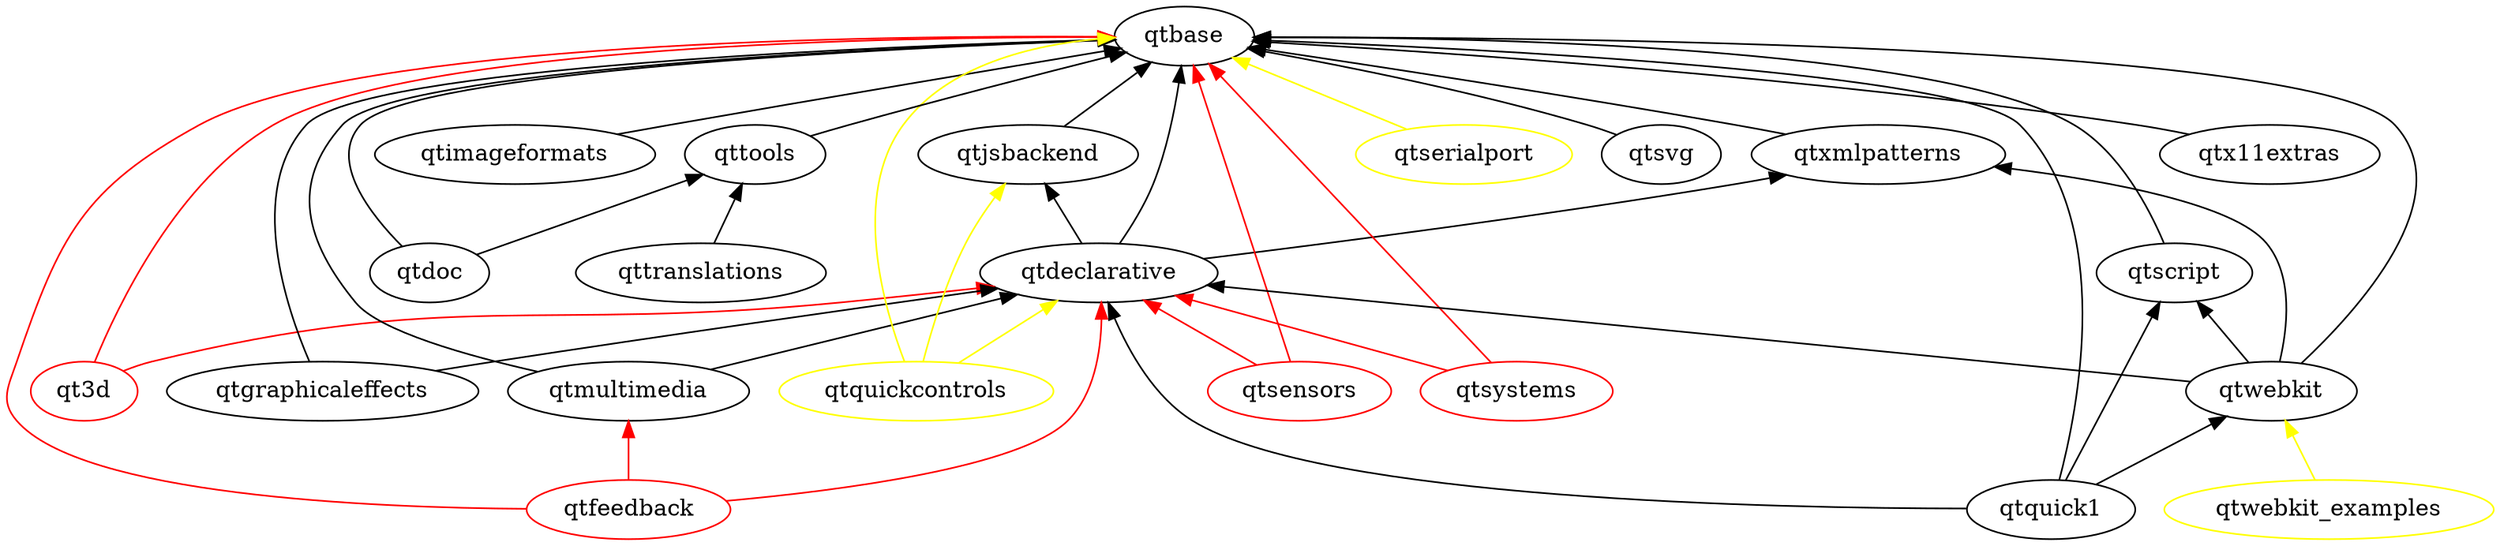
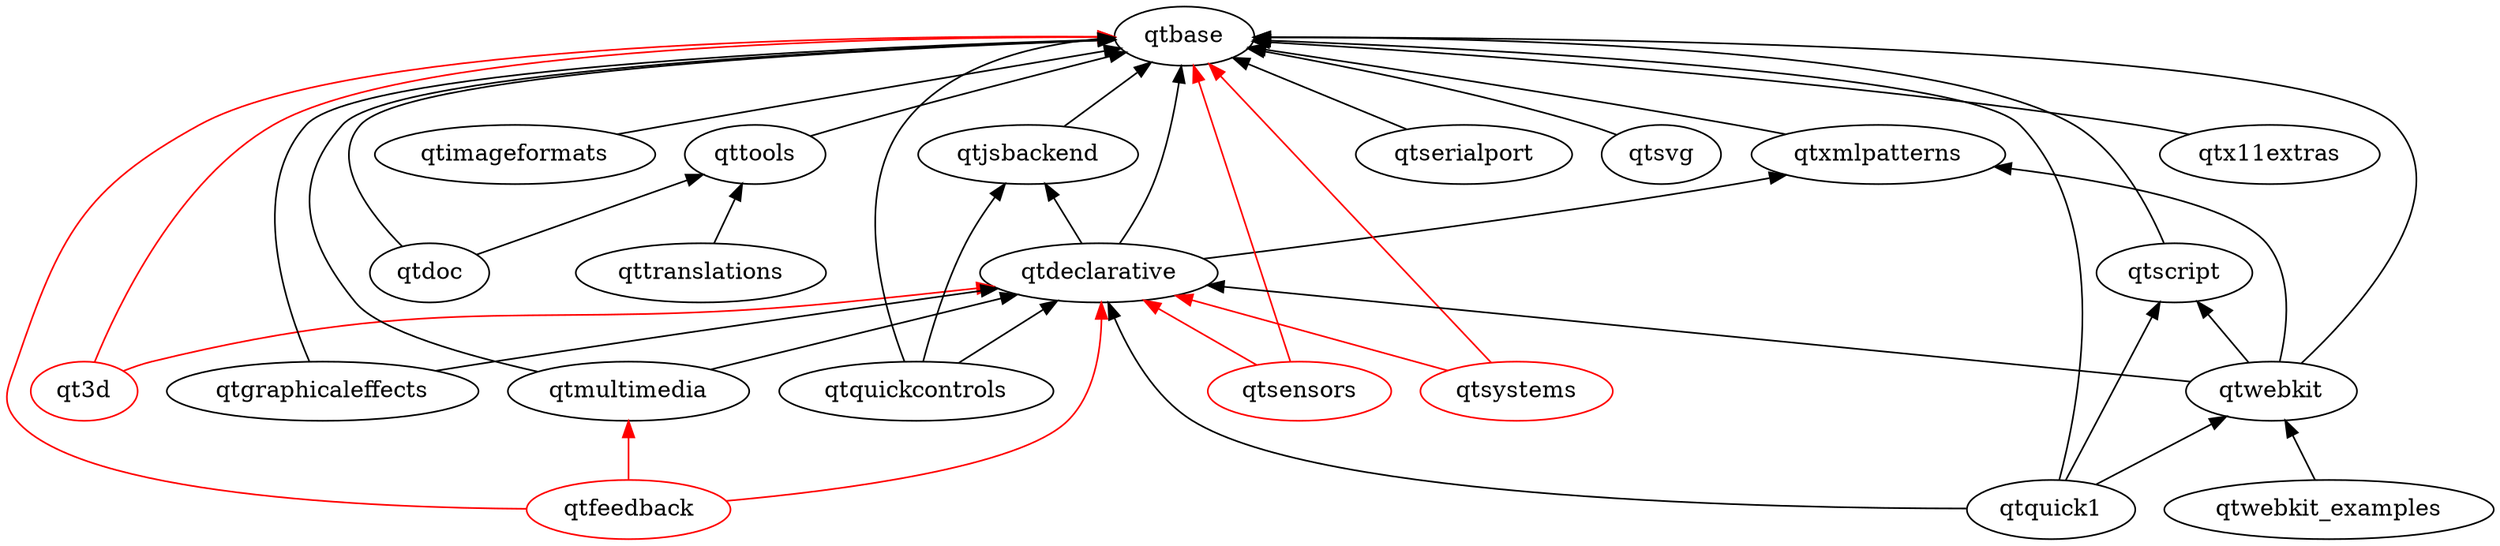
digraph qt5 {
  graph [
    rankdir = "BT"
  ]

  qt3d [ color = red ]
  qtbase
  qtdeclarative
  qtdoc
  qtfeedback [ color = red ]
  qtgraphicaleffects
  qtimageformats
  qtjsbackend
  qtmultimedia
  qtquick1
-   qtquickcontrols [ color = yellow ]
+   qtquickcontrols
  qtscript
  qtsensors [ color = red ]
-   qtserialport [ color = yellow ]
+   qtserialport
  qtsvg
  qtsystems [ color = red ]
  qttools
  qttranslations
  qtwebkit
-   qtwebkit_examples [ color = yellow ]
+   qtwebkit_examples
  qtx11extras
  qtxmlpatterns

  qtdeclarative -> qtbase
  qtdeclarative -> qtjsbackend
  qtdeclarative -> qtxmlpatterns
  qtdoc -> qtbase
  qtdoc -> qttools
  qtgraphicaleffects -> qtbase
  qtgraphicaleffects -> qtdeclarative
  qtimageformats -> qtbase
  qtjsbackend -> qtbase
  qtmultimedia -> qtbase
  qtmultimedia -> qtdeclarative
  qtquick1 -> qtbase
  qtquick1 -> qtdeclarative
  qtquick1 -> qtscript
  qtquick1 -> qtwebkit
-   qtquickcontrols -> qtbase [ color = yellow ]
-   qtquickcontrols -> qtdeclarative [ color = yellow ]
-   qtquickcontrols -> qtjsbackend [ color = yellow ]
-   qtserialport -> qtbase [ color = yellow ]
+   qtquickcontrols -> qtbase
+   qtquickcontrols -> qtdeclarative
+   qtquickcontrols -> qtjsbackend
+   qtserialport -> qtbase
  qtscript -> qtbase
  qtsvg -> qtbase
  qttools -> qtbase
  qttranslations -> qttools
  qtwebkit -> qtbase
  qtwebkit -> qtdeclarative
  qtwebkit -> qtscript
  qtwebkit -> qtxmlpatterns
-   qtwebkit_examples -> qtwebkit [ color = yellow ]
+   qtwebkit_examples -> qtwebkit
  qtx11extras -> qtbase
  qtxmlpatterns -> qtbase

  // unsure/not-uploaded
  qt3d -> qtbase [ color = red ]
  qt3d -> qtdeclarative [ color = red ]
  qtfeedback -> qtbase [ color = red ]
  qtfeedback -> qtdeclarative [ color = red ]
  qtfeedback -> qtmultimedia [ color = red ]
  qtsensors -> qtbase [ color = red ]
  qtsensors -> qtdeclarative [ color = red ]
  qtsystems -> qtbase [ color = red ]
  qtsystems -> qtdeclarative [ color = red ]
}
